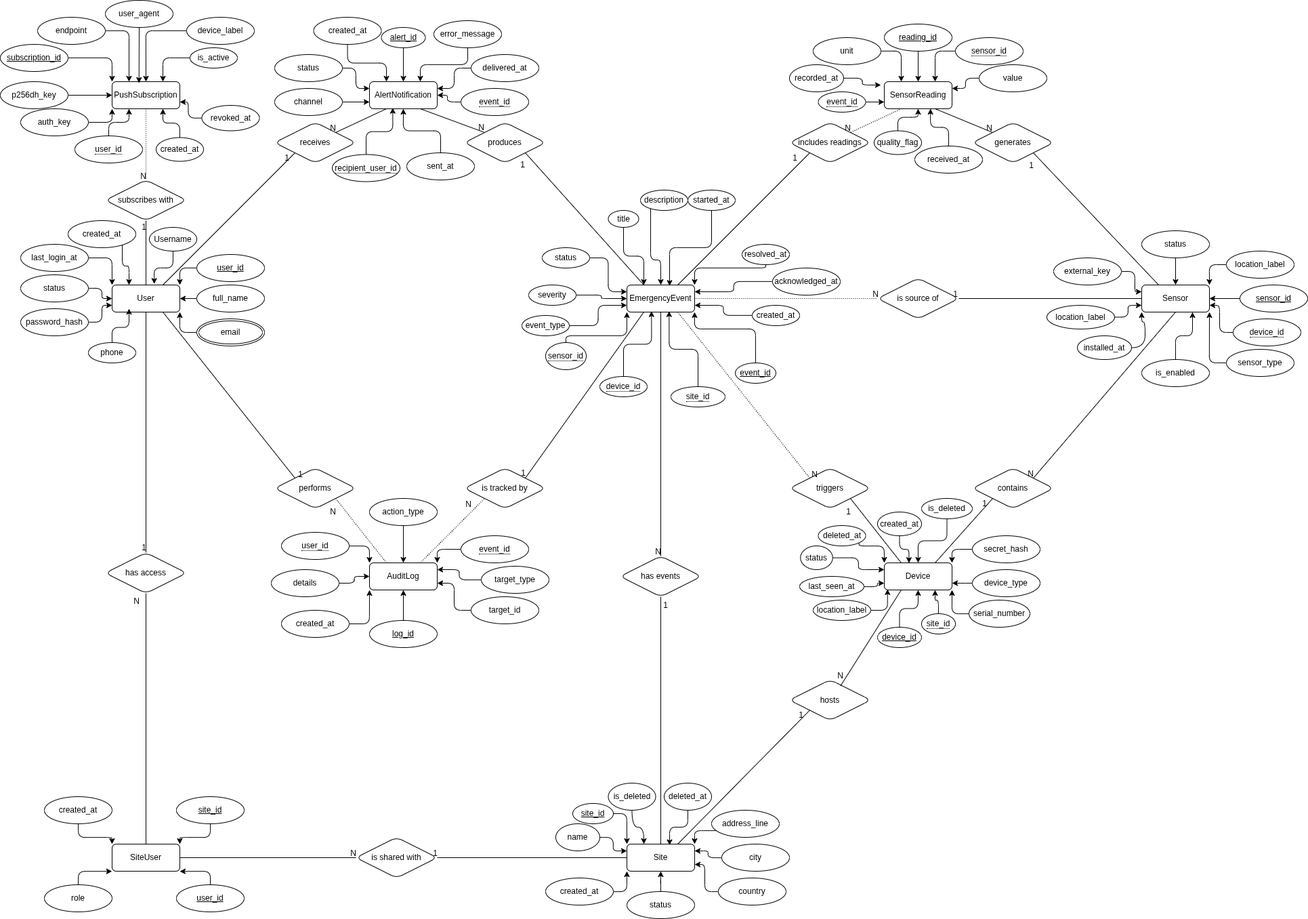
This is docs/er-diagram.drawio.png from Komorb1/SEAS, a draw.io export, as it was before one commit. Source tidied: cells renumbered, new cells last; positions are measured from the earlier drawing's top-left corner, leaving out a move shared by most shapes.
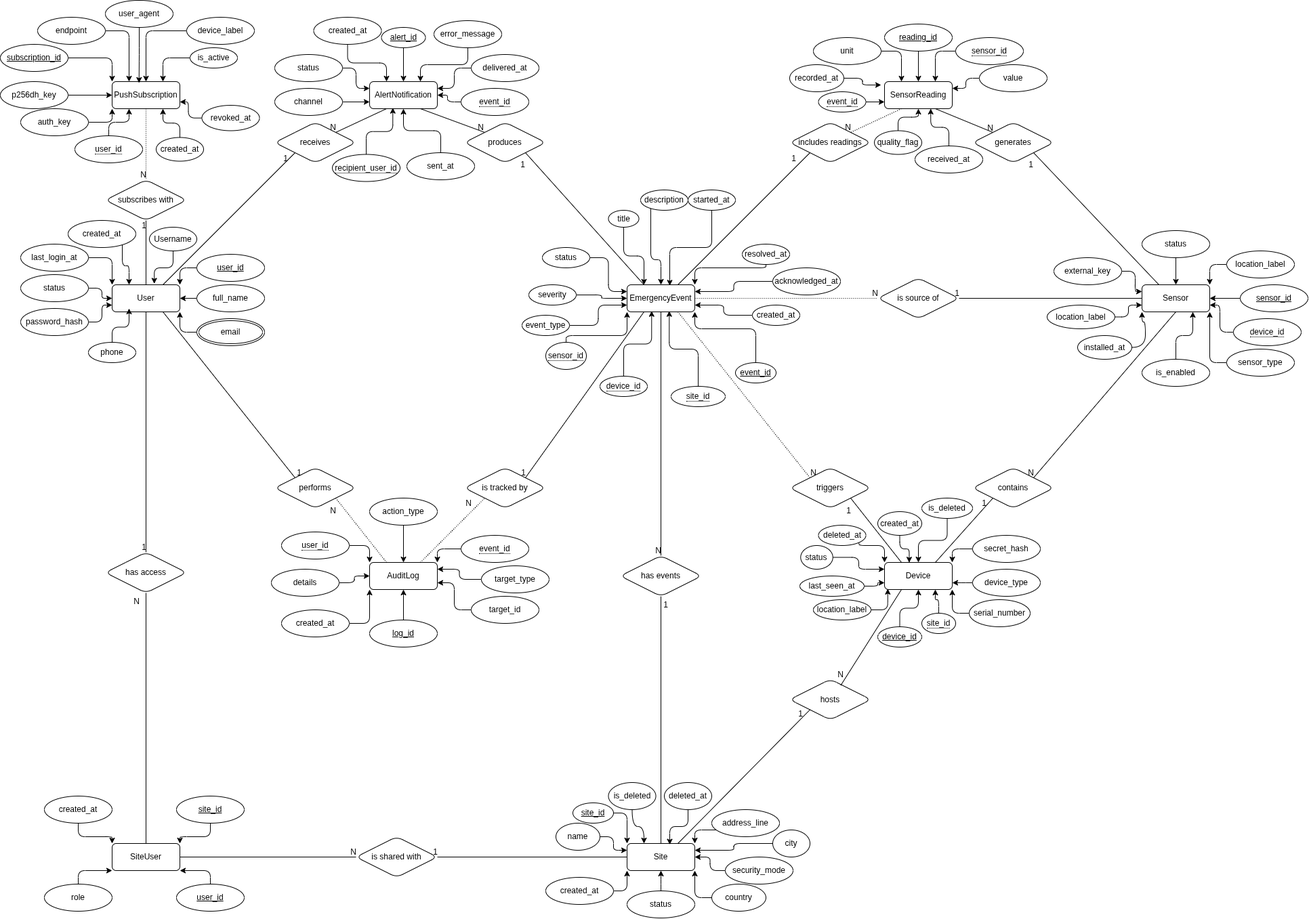
After the change.

What changed in the source:
```diff
@@ -443,13 +443,13 @@
       <mxGeometry relative="1" as="geometry" />
     </mxCell>
     <mxCell id="130" value="city " style="ellipse;whiteSpace=wrap;html=1;align=center;rounded=1;" parent="1" vertex="1">
-      <mxGeometry x="1065" y="1245" width="100" height="40" as="geometry" />
+      <mxGeometry x="1140" y="1225" width="55" height="40" as="geometry" />
     </mxCell>
-    <mxCell id="131" style="edgeStyle=orthogonalEdgeStyle;rounded=1;jettySize=auto;html=1;entryX=1;entryY=0.75;entryDx=0;entryDy=0;" parent="1" edge="1" source="132" target="2">
+    <mxCell id="131" style="edgeStyle=orthogonalEdgeStyle;rounded=1;jettySize=auto;html=1;entryX=1;entryY=1;entryDx=0;entryDy=0;" parent="1" edge="1" source="132" target="2">
       <mxGeometry relative="1" as="geometry" />
     </mxCell>
     <mxCell id="132" value="country " style="ellipse;whiteSpace=wrap;html=1;align=center;rounded=1;" parent="1" vertex="1">
-      <mxGeometry x="1060" y="1295" width="100" height="40" as="geometry" />
+      <mxGeometry x="1050" y="1305" width="80" height="40" as="geometry" />
     </mxCell>
     <mxCell id="133" style="edgeStyle=orthogonalEdgeStyle;rounded=1;jettySize=auto;html=1;entryX=0.5;entryY=1;entryDx=0;entryDy=0;" parent="1" edge="1" source="134" target="2">
       <mxGeometry relative="1" as="geometry" />
@@ -845,5 +845,11 @@
     <mxCell id="261" value="location_label" style="ellipse;whiteSpace=wrap;html=1;align=center;" parent="1" vertex="1">
       <mxGeometry x="1545" y="450" width="100" height="35" as="geometry" />
     </mxCell>
+    <mxCell id="262" style="edgeStyle=orthogonalEdgeStyle;rounded=1;jettySize=auto;html=1;entryX=1;entryY=0.5;entryDx=0;entryDy=0;curved=0;" parent="1" edge="1" source="263" target="2">
+      <mxGeometry relative="1" as="geometry" />
+    </mxCell>
+    <mxCell id="263" value="security_mode" style="ellipse;whiteSpace=wrap;html=1;align=center;" parent="1" vertex="1">
+      <mxGeometry x="1070" y="1265" width="100" height="40" as="geometry" />
+    </mxCell>
   </root>
 </mxGraphModel>
```
